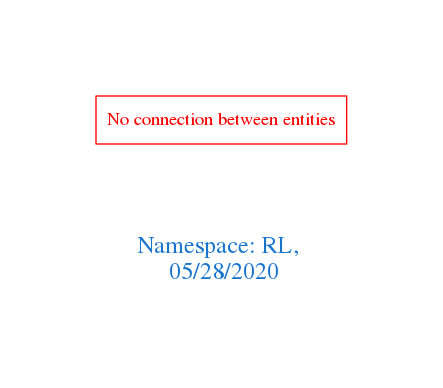
The Graphviz diagram downloads/RL.png in arago/OGIT, before a commit. Its source is kept beside it as downloads/RL.dot.
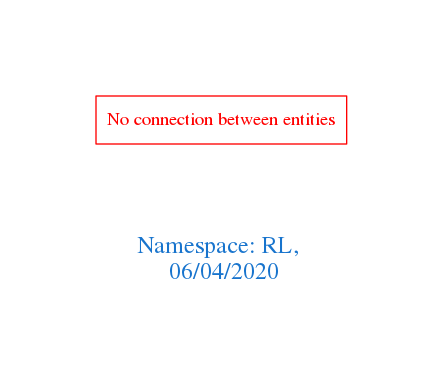
The same diagram one commit later.

What changed in the source:
```diff
@@ -1,7 +1,7 @@
 digraph OGIT_ontology {
  graph [ rankdir= LR,pad=1
 fontsize = 18,
-fontcolor= dodgerblue3,label = "\n\n\nNamespace: RL, \n 05/28/2020"];
+fontcolor= dodgerblue3,label = "\n\n\nNamespace: RL, \n 06/04/2020"];
 node[shape=polygon];
 edge [  color="gray81"];
 
```
